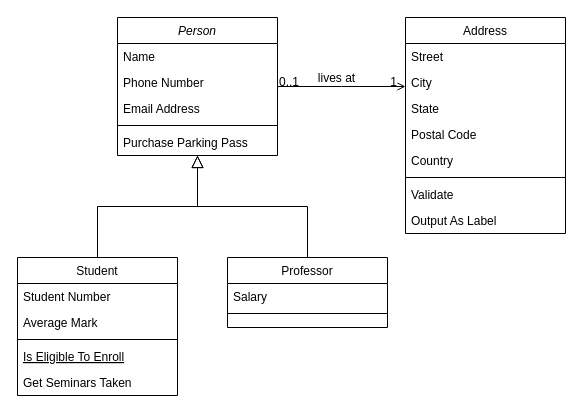
This is A1/Untitled Diagram.drawio from Fahadul101/-cse-cbe-, a draw.io file, before an edit. Source tidied: cells renumbered, new cells numbered last; positions are measured from the earlier drawing's top-left corner, leaving out a move shared by most shapes. Both pictures are drawn from the tidied source at 100%, with x=0, y=0 at pixel (17, 17).
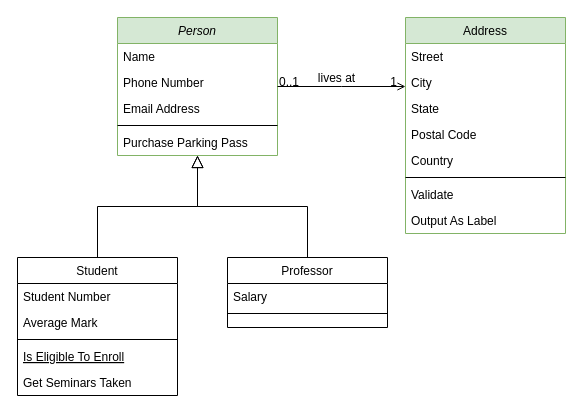
After the change.

The edit, as a diff of the source:
```diff
@@
-    <mxCell id="2" value="Person" style="swimlane;fontStyle=2;align=center;verticalAlign=top;horizontal=1;startSize=26;rounded=0;shadow=0;strokeWidth=1;" parent="1" vertex="1">
+    <mxCell id="2" value="Person" style="swimlane;fontStyle=2;align=center;verticalAlign=top;horizontal=1;startSize=26;rounded=0;shadow=0;strokeWidth=1;fillColor=#d5e8d4;strokeColor=#82b366;" parent="1" vertex="1">
       <mxGeometry x="100" width="160" height="138" as="geometry" />
     </mxCell>
@@
-    <mxCell id="19" value="Address" style="swimlane;fontStyle=0;align=center;verticalAlign=top;horizontal=1;startSize=26;rounded=0;shadow=0;strokeWidth=1;" parent="1" vertex="1">
+    <mxCell id="19" value="Address" style="swimlane;fontStyle=0;align=center;verticalAlign=top;horizontal=1;startSize=26;rounded=0;shadow=0;strokeWidth=1;fillColor=#d5e8d4;strokeColor=#82b366;" parent="1" vertex="1">
       <mxGeometry x="388" width="160" height="216" as="geometry" />
     </mxCell>
```
